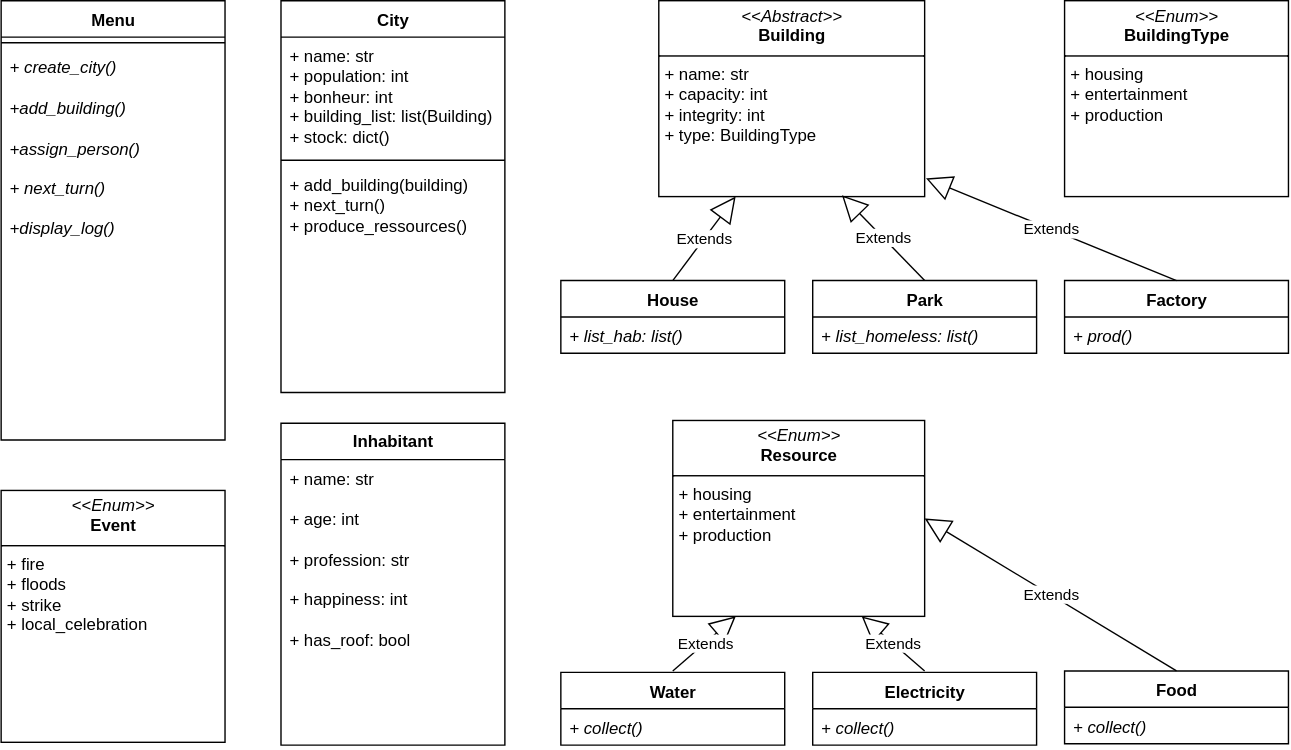
Above: UML/CitySim.drawio.svg in em-riv/CitySim (draw.io), before the change. Source tidied: cells renumbered, new cells last; positions are measured from the earlier drawing's top-left corner, leaving out a move shared by most shapes.
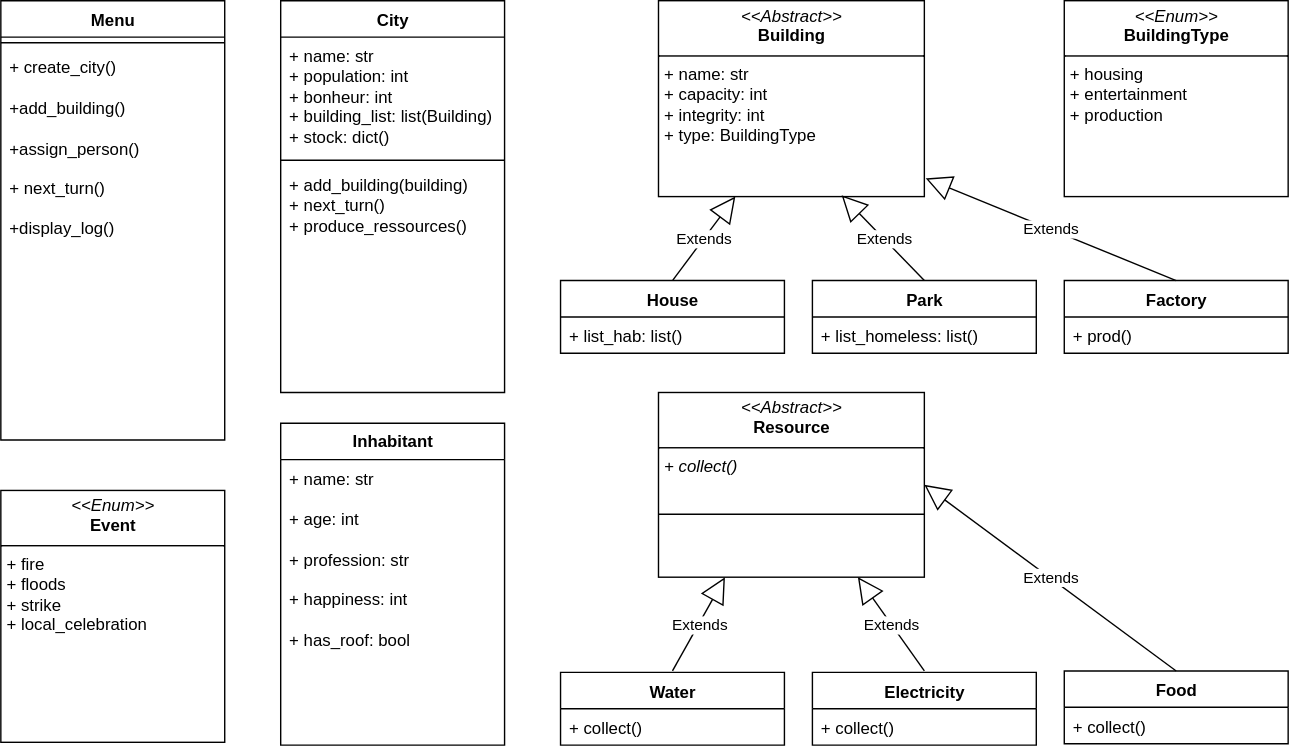
After the commit.

Change to the diagram source:
```diff
@@ -23,19 +23,19 @@
     <mxCell id="8" value="House" style="swimlane;fontStyle=1;align=center;verticalAlign=top;horizontal=1;startSize=26;whiteSpace=wrap;html=1;" parent="1" vertex="1">
       <mxGeometry x="400" y="200" width="160" height="52" as="geometry" />
     </mxCell>
-    <mxCell id="9" value="+ list_hab: list()" style="text;strokeColor=none;fillColor=none;align=left;verticalAlign=top;spacingLeft=4;spacingRight=4;overflow=hidden;whiteSpace=wrap;html=1;fontStyle=2;" parent="8" vertex="1">
+    <mxCell id="9" value="+ list_hab: list()" style="text;strokeColor=none;fillColor=none;align=left;verticalAlign=top;spacingLeft=4;spacingRight=4;overflow=hidden;whiteSpace=wrap;html=1;fontStyle=0;" parent="8" vertex="1">
       <mxGeometry y="26" width="160" height="26" as="geometry" />
     </mxCell>
     <mxCell id="10" value="Park" style="swimlane;fontStyle=1;align=center;verticalAlign=top;horizontal=1;startSize=26;whiteSpace=wrap;html=1;" parent="1" vertex="1">
       <mxGeometry x="580" y="200" width="160" height="52" as="geometry" />
     </mxCell>
-    <mxCell id="11" value="+ list_homeless: list()" style="text;strokeColor=none;fillColor=none;align=left;verticalAlign=top;spacingLeft=4;spacingRight=4;overflow=hidden;whiteSpace=wrap;html=1;fontStyle=2;" parent="10" vertex="1">
+    <mxCell id="11" value="+ list_homeless: list()" style="text;strokeColor=none;fillColor=none;align=left;verticalAlign=top;spacingLeft=4;spacingRight=4;overflow=hidden;whiteSpace=wrap;html=1;fontStyle=0;" parent="10" vertex="1">
       <mxGeometry y="26" width="160" height="26" as="geometry" />
     </mxCell>
     <mxCell id="12" value="Factory" style="swimlane;fontStyle=1;align=center;verticalAlign=top;horizontal=1;startSize=26;whiteSpace=wrap;html=1;" parent="1" vertex="1">
       <mxGeometry x="760" y="200" width="160" height="52" as="geometry" />
     </mxCell>
-    <mxCell id="13" value="+ prod()" style="text;strokeColor=none;fillColor=none;align=left;verticalAlign=top;spacingLeft=4;spacingRight=4;overflow=hidden;whiteSpace=wrap;html=1;fontStyle=2;" parent="12" vertex="1">
+    <mxCell id="13" value="+ prod()" style="text;strokeColor=none;fillColor=none;align=left;verticalAlign=top;spacingLeft=4;spacingRight=4;overflow=hidden;whiteSpace=wrap;html=1;fontStyle=0;" parent="12" vertex="1">
       <mxGeometry y="26" width="160" height="26" as="geometry" />
     </mxCell>
     <mxCell id="14" value="&lt;b&gt;Inhabitant&lt;/b&gt;" style="swimlane;fontStyle=0;horizontal=1;startSize=26;fillColor=none;whiteSpace=wrap;html=1;" parent="1" vertex="1">
@@ -49,25 +49,25 @@
     <mxCell id="16" value="&lt;div&gt;+ name: st&lt;span style=&quot;background-color: transparent; color: light-dark(rgb(0, 0, 0), rgb(255, 255, 255));&quot;&gt;r&lt;/span&gt;&lt;/div&gt;&lt;div&gt;&lt;span style=&quot;background-color: transparent; color: light-dark(rgb(0, 0, 0), rgb(255, 255, 255));&quot;&gt;&lt;br&gt;&lt;/span&gt;&lt;/div&gt;&lt;div&gt;&lt;span style=&quot;background-color: transparent; color: light-dark(rgb(0, 0, 0), rgb(255, 255, 255));&quot;&gt;+ age: int&lt;/span&gt;&lt;/div&gt;&lt;div&gt;&lt;span style=&quot;color: rgba(0, 0, 0, 0); font-family: monospace; font-size: 0px; text-wrap-mode: nowrap;&quot;&gt;%3CmxGraphModel%3E%3Croot%3E%3CmxCell%20id%3D%220%22%2F%3E%3CmxCell%20id%3D%221%22%20parent%3D%220%22%2F%3E%3CmxCell%20id%3D%222%22%20value%3D%22%2B%20age%3A%20int%22%20style%3D%22text%3BstrokeColor%3Dnone%3BfillColor%3Dnone%3Balign%3Dleft%3BverticalAlign%3Dtop%3BspacingLeft%3D4%3BspacingRight%3D4%3Boverflow%3Dhidden%3Brotatable%3D0%3Bpoints%3D%5B%5B0%2C0.5%5D%2C%5B1%2C0.5%5D%5D%3BportConstraint%3Deastwest%3BwhiteSpace%3Dwrap%3Bhtml%3D1%3B%22%20vertex%3D%221%22%20parent%3D%221%22%3E%3CmxGeometry%20x%3D%22-80%22%20y%3D%22518%22%20width%3D%22160%22%20height%3D%2226%22%20as%3D%22geometry%22%2F%3E%3C%2FmxCell%3E%3C%2Froot%3E%3C%2FmxGraphModel%3E&lt;/span&gt;&lt;span style=&quot;color: rgba(0, 0, 0, 0); font-family: monospace; font-size: 0px; text-wrap-mode: nowrap; background-color: transparent;&quot;&gt;%3CmxGraphModel%3E%3Croot%3E%3CmxCell%20id%3D%220%22%2F%3E%3CmxCell%20id%3D%221%22%20parent%3D%220%22%2F%3E%3CmxCell%20id%3D%222%22%20value%3D%22%2B%20age%3A%20int%22%20style%3D%22text%3BstrokeColor%3Dnone%3BfillColor%3Dnone%3Balign%3Dleft%3BverticalAlign%3Dtop%3BspacingLeft%3D4%3BspacingRight%3D4%3Boverflow%3Dhidden%3Brotatable%3D0%3Bpoints%3D%5B%5B0%2C0.5%5D%2C%5B1%2C0.5%5D%5D%3BportConstraint%3Deastwest%3BwhiteSpace%3Dwrap%3Bhtml%3D1%3B%22%20vertex%3D%221%22%20parent%3D%221%22%3E%3CmxGeometry%20x%3D%22-80%22%20y%3D%22518%22%20width%3D%22160%22%20height%3D%2226%22%20as%3D%22geometry%22%2F%3E%3C%2FmxCell%3E%3C%2Froot%3E%3C%2FmxGraphModel%3E&lt;/span&gt;&lt;/div&gt;+ profession: str&lt;div&gt;&lt;br&gt;&lt;/div&gt;&lt;div&gt;+ happiness: int&lt;/div&gt;&lt;div&gt;&lt;br&gt;&lt;/div&gt;&lt;div&gt;+ has_roof: bool&lt;/div&gt;" style="text;strokeColor=none;fillColor=none;align=left;verticalAlign=top;spacingLeft=4;spacingRight=4;overflow=hidden;whiteSpace=wrap;html=1;" parent="14" vertex="1">
       <mxGeometry y="26" width="160" height="204" as="geometry" />
     </mxCell>
-    <mxCell id="17" value="&lt;p style=&quot;margin:0px;margin-top:4px;text-align:center;&quot;&gt;&lt;i&gt;&amp;lt;&amp;lt;Enum&amp;gt;&amp;gt;&lt;/i&gt;&lt;br&gt;&lt;b&gt;Resource&lt;/b&gt;&lt;/p&gt;&lt;hr size=&quot;1&quot; style=&quot;border-style:solid;&quot;&gt;&lt;p style=&quot;margin:0px;margin-left:4px;&quot;&gt;+ housing&lt;br&gt;+ entertainment&lt;/p&gt;&lt;p style=&quot;margin:0px;margin-left:4px;&quot;&gt;+ production&lt;/p&gt;" style="verticalAlign=top;align=left;overflow=fill;html=1;whiteSpace=wrap;" parent="1" vertex="1">
-      <mxGeometry x="480" y="300" width="180" height="140" as="geometry" />
+    <mxCell id="17" value="&lt;p style=&quot;margin:0px;margin-top:4px;text-align:center;&quot;&gt;&lt;i&gt;&amp;lt;&amp;lt;Abstract&amp;gt;&amp;gt;&lt;/i&gt;&lt;br&gt;&lt;b&gt;Resource&lt;/b&gt;&lt;/p&gt;&lt;hr size=&quot;1&quot; style=&quot;border-style:solid;&quot;&gt;&lt;p style=&quot;margin:0px;margin-left:4px;&quot;&gt;&lt;i style=&quot;background-color: transparent; color: light-dark(rgb(0, 0, 0), rgb(255, 255, 255));&quot;&gt;+ collect()&lt;/i&gt;&lt;/p&gt;&lt;p style=&quot;margin:0px;margin-left:4px;&quot;&gt;&lt;span style=&quot;color: rgba(0, 0, 0, 0); font-family: monospace; font-size: 0px; text-wrap-mode: nowrap;&quot;&gt;%3CmxGraphModel%3E%3Croot%3E%3CmxCell%20id%3D%220%22%2F%3E%3CmxCell%20id%3D%221%22%20parent%3D%220%22%2F%3E%3CmxCell%20id%3D%222%22%20value%3D%22%22%20style%3D%22line%3BstrokeWidth%3D1%3BfillColor%3Dnone%3Balign%3Dleft%3BverticalAlign%3Dmiddle%3BspacingTop%3D-1%3BspacingLeft%3D3%3BspacingRight%3D3%3Brotatable%3D0%3BlabelPosition%3Dright%3Bpoints%3D%5B%5D%3BportConstraint%3Deastwest%3BstrokeColor%3Dinherit%3B%22%20vertex%3D%221%22%20parent%3D%221%22%3E%3CmxGeometry%20x%3D%22-260%22%20y%3D%22258%22%20width%3D%22160%22%20height%3D%228%22%20as%3D%22geometry%22%2F%3E%3C%2FmxCell%3E%3C%2Froot%3E%3C%2FmxGraphModel%3E&lt;/span&gt;&lt;/p&gt;" style="verticalAlign=top;align=left;overflow=fill;html=1;whiteSpace=wrap;" parent="1" vertex="1">
+      <mxGeometry x="470" y="280" width="190" height="132" as="geometry" />
     </mxCell>
     <mxCell id="18" value="Water" style="swimlane;fontStyle=1;align=center;verticalAlign=top;horizontal=1;startSize=26;whiteSpace=wrap;html=1;" parent="1" vertex="1">
       <mxGeometry x="400" y="480" width="160" height="52" as="geometry" />
     </mxCell>
-    <mxCell id="19" value="+ collect()" style="text;strokeColor=none;fillColor=none;align=left;verticalAlign=top;spacingLeft=4;spacingRight=4;overflow=hidden;whiteSpace=wrap;html=1;fontStyle=2;" parent="18" vertex="1">
+    <mxCell id="19" value="+ collect()" style="text;strokeColor=none;fillColor=none;align=left;verticalAlign=top;spacingLeft=4;spacingRight=4;overflow=hidden;whiteSpace=wrap;html=1;fontStyle=0;" parent="18" vertex="1">
       <mxGeometry y="26" width="160" height="26" as="geometry" />
     </mxCell>
     <mxCell id="20" value="Electricity" style="swimlane;fontStyle=1;align=center;verticalAlign=top;horizontal=1;startSize=26;whiteSpace=wrap;html=1;" parent="1" vertex="1">
       <mxGeometry x="580" y="480" width="160" height="52" as="geometry" />
     </mxCell>
-    <mxCell id="21" value="+ collect()" style="text;strokeColor=none;fillColor=none;align=left;verticalAlign=top;spacingLeft=4;spacingRight=4;overflow=hidden;whiteSpace=wrap;html=1;fontStyle=2;" parent="20" vertex="1">
+    <mxCell id="21" value="+ collect()" style="text;strokeColor=none;fillColor=none;align=left;verticalAlign=top;spacingLeft=4;spacingRight=4;overflow=hidden;whiteSpace=wrap;html=1;fontStyle=0;" parent="20" vertex="1">
       <mxGeometry y="26" width="160" height="26" as="geometry" />
     </mxCell>
     <mxCell id="22" value="Food" style="swimlane;fontStyle=1;align=center;verticalAlign=top;horizontal=1;startSize=26;whiteSpace=wrap;html=1;" parent="1" vertex="1">
       <mxGeometry x="760" y="479" width="160" height="52" as="geometry" />
     </mxCell>
-    <mxCell id="23" value="+ collect()" style="text;strokeColor=none;fillColor=none;align=left;verticalAlign=top;spacingLeft=4;spacingRight=4;overflow=hidden;whiteSpace=wrap;html=1;fontStyle=2;" parent="22" vertex="1">
+    <mxCell id="23" value="+ collect()" style="text;strokeColor=none;fillColor=none;align=left;verticalAlign=top;spacingLeft=4;spacingRight=4;overflow=hidden;whiteSpace=wrap;html=1;fontStyle=0;" parent="22" vertex="1">
       <mxGeometry y="26" width="160" height="26" as="geometry" />
     </mxCell>
     <mxCell id="24" value="&lt;p style=&quot;margin:0px;margin-top:4px;text-align:center;&quot;&gt;&lt;i&gt;&amp;lt;&amp;lt;Enum&amp;gt;&amp;gt;&lt;/i&gt;&lt;br&gt;&lt;b&gt;Event&lt;/b&gt;&lt;/p&gt;&lt;hr size=&quot;1&quot; style=&quot;border-style:solid;&quot;&gt;&lt;p style=&quot;margin:0px;margin-left:4px;&quot;&gt;+ fire&lt;br&gt;+ floods&lt;/p&gt;&lt;p style=&quot;margin:0px;margin-left:4px;&quot;&gt;+ strike&lt;/p&gt;&lt;p style=&quot;margin:0px;margin-left:4px;&quot;&gt;+ local_celebration&lt;/p&gt;" style="verticalAlign=top;align=left;overflow=fill;html=1;whiteSpace=wrap;" parent="1" vertex="1">
@@ -79,7 +79,7 @@
     <mxCell id="26" style="line;strokeWidth=1;fillColor=none;align=left;verticalAlign=middle;spacingTop=-1;spacingLeft=3;spacingRight=3;labelPosition=right;strokeColor=inherit;" parent="25" vertex="1">
       <mxGeometry y="26" width="160" height="8" as="geometry" />
     </mxCell>
-    <mxCell id="27" value="&lt;div&gt;&lt;i&gt;+ create_city()&lt;/i&gt;&lt;/div&gt;&lt;div&gt;&lt;i&gt;&lt;br&gt;&lt;/i&gt;&lt;/div&gt;&lt;div&gt;&lt;i&gt;+add_building()&lt;/i&gt;&lt;/div&gt;&lt;div&gt;&lt;i&gt;&lt;br&gt;&lt;/i&gt;&lt;/div&gt;&lt;div&gt;&lt;i&gt;+assign_person()&lt;/i&gt;&lt;/div&gt;&lt;div&gt;&lt;i&gt;&lt;br&gt;&lt;/i&gt;&lt;/div&gt;&lt;i&gt;+ next_turn()&lt;/i&gt;&lt;div&gt;&lt;i&gt;&lt;br&gt;&lt;/i&gt;&lt;/div&gt;&lt;div&gt;&lt;i&gt;+display_log()&lt;/i&gt;&lt;/div&gt;" style="text;strokeColor=none;fillColor=none;align=left;verticalAlign=top;spacingLeft=4;spacingRight=4;overflow=hidden;whiteSpace=wrap;html=1;" parent="25" vertex="1">
+    <mxCell id="27" value="&lt;div&gt;&lt;span style=&quot;font-style: normal;&quot;&gt;+ create_city()&lt;/span&gt;&lt;/div&gt;&lt;div&gt;&lt;span style=&quot;font-style: normal;&quot;&gt;&lt;br&gt;&lt;/span&gt;&lt;/div&gt;&lt;div&gt;&lt;span style=&quot;font-style: normal;&quot;&gt;+add_building()&lt;/span&gt;&lt;/div&gt;&lt;div&gt;&lt;span style=&quot;font-style: normal;&quot;&gt;&lt;br&gt;&lt;/span&gt;&lt;/div&gt;&lt;div&gt;&lt;span style=&quot;font-style: normal;&quot;&gt;+assign_person()&lt;/span&gt;&lt;/div&gt;&lt;div&gt;&lt;span style=&quot;font-style: normal;&quot;&gt;&lt;br&gt;&lt;/span&gt;&lt;/div&gt;&lt;span style=&quot;font-style: normal;&quot;&gt;+ next_turn()&lt;/span&gt;&lt;div&gt;&lt;span style=&quot;font-style: normal;&quot;&gt;&lt;br&gt;&lt;/span&gt;&lt;/div&gt;&lt;div&gt;&lt;span style=&quot;font-style: normal;&quot;&gt;+display_log()&lt;/span&gt;&lt;/div&gt;" style="text;strokeColor=none;fillColor=none;align=left;verticalAlign=top;spacingLeft=4;spacingRight=4;overflow=hidden;whiteSpace=wrap;html=1;fontStyle=2;" parent="25" vertex="1">
       <mxGeometry y="34" width="160" height="280" as="geometry" />
     </mxCell>
     <mxCell id="28" value="Extends" style="endArrow=block;endSize=16;endFill=0;html=1;rounded=0;exitX=0.5;exitY=0;exitDx=0;exitDy=0;entryX=1;entryY=0.5;entryDx=0;entryDy=0;" parent="1" edge="1" source="22" target="17">
@@ -103,5 +103,8 @@
     <mxCell id="32" value="Extends" style="endArrow=block;endSize=16;endFill=0;html=1;rounded=0;exitX=0.5;exitY=0;exitDx=0;exitDy=0;entryX=0.289;entryY=1;entryDx=0;entryDy=0;entryPerimeter=0;" parent="1" edge="1" source="8" target="7">
       <mxGeometry relative="1" as="geometry" />
     </mxCell>
+    <mxCell id="33" style="line;strokeWidth=1;fillColor=none;align=left;verticalAlign=middle;spacingTop=-1;spacingLeft=3;spacingRight=3;labelPosition=right;strokeColor=inherit;" parent="1" vertex="1">
+      <mxGeometry x="470" y="362" width="190" height="10" as="geometry" />
+    </mxCell>
   </root>
 </mxGraphModel>
```
